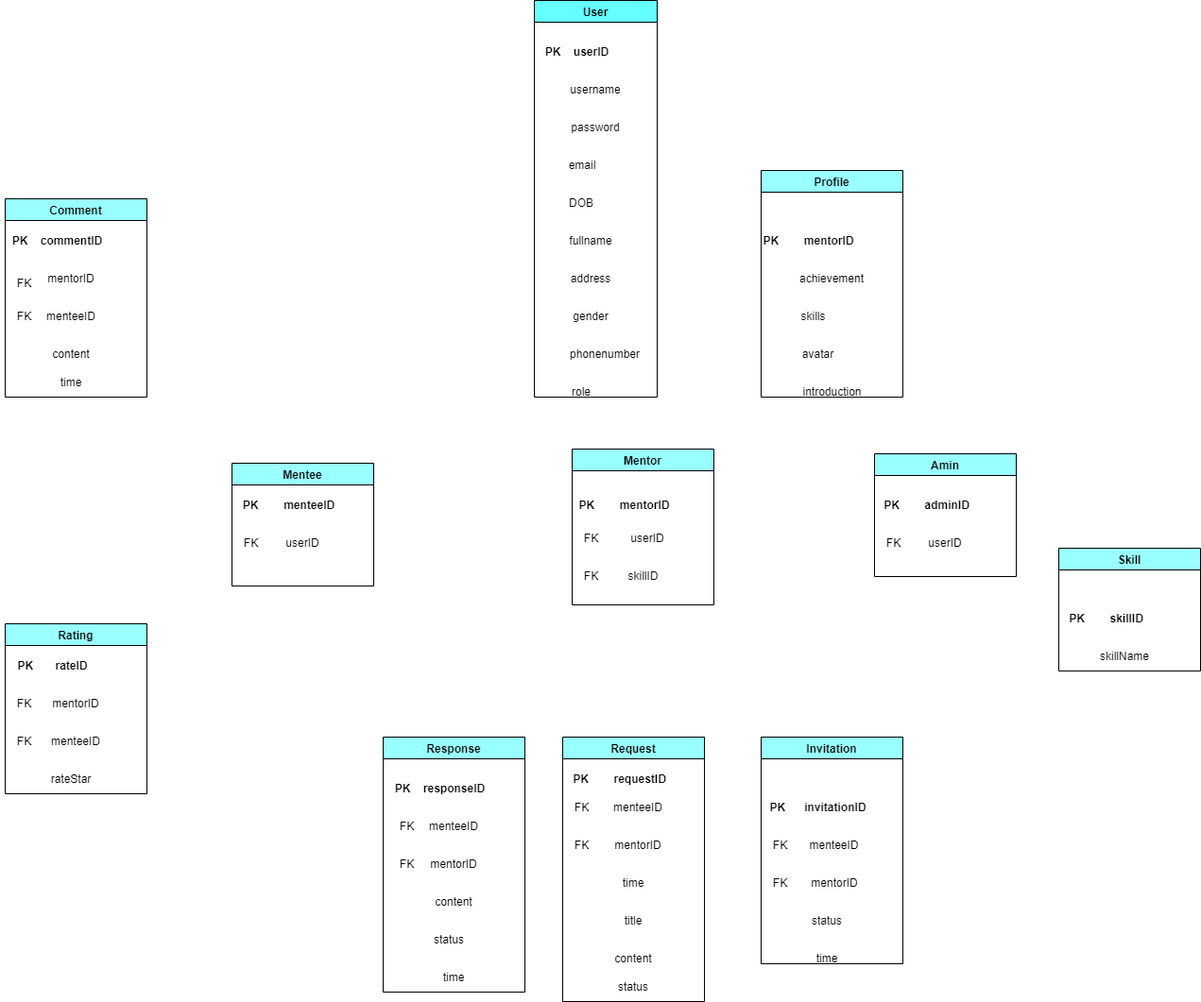
Above: HappyProgramming_DB.drawio.png in dungdt23/SWP391_Document (draw.io), before the change. Source tidied: cells renumbered, new cells last; positions are measured from the earlier drawing's top-left corner, leaving out a move shared by most shapes.
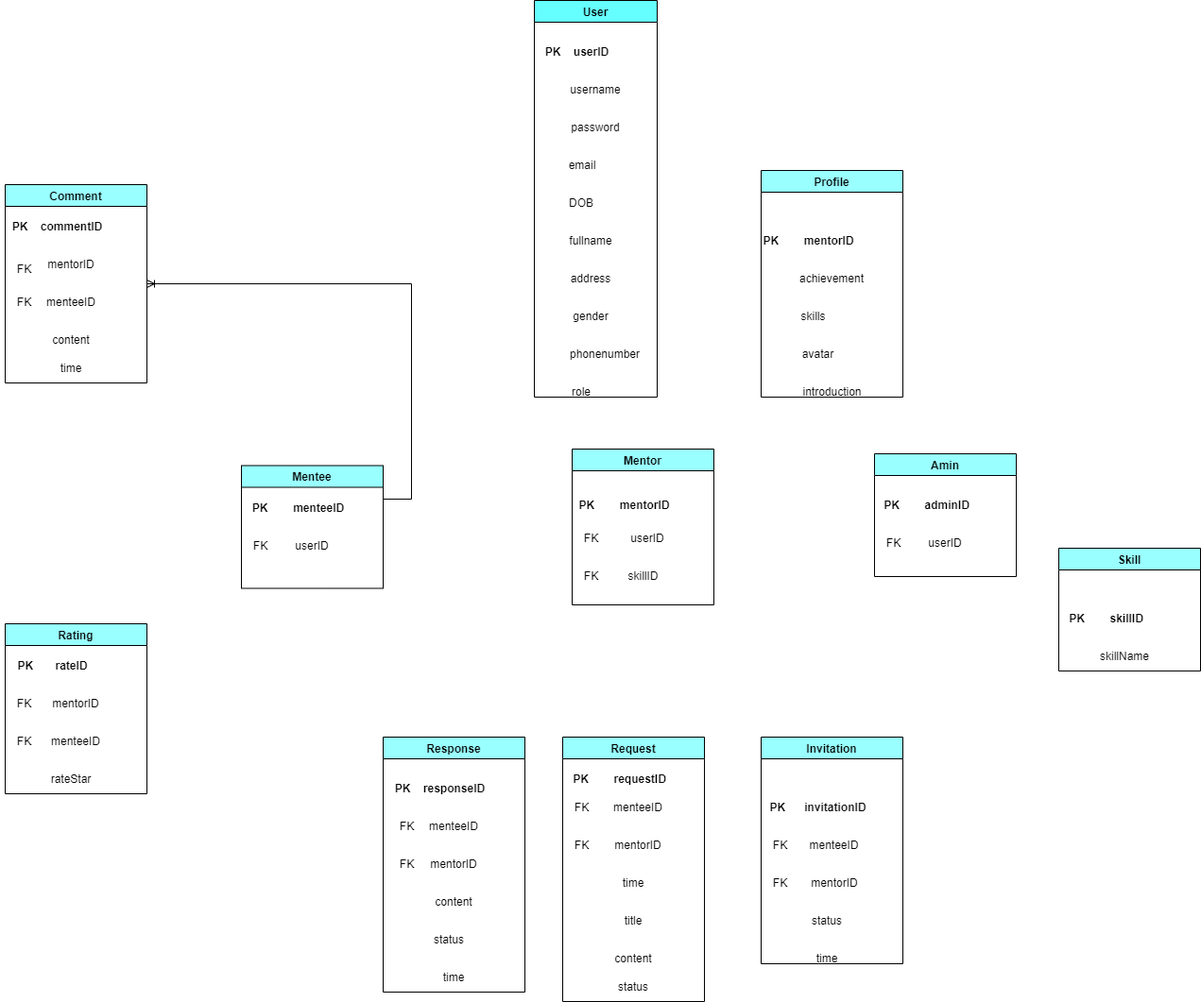
The same file after the commit.

Diff of the diagram source:
```diff
@@ -48,7 +48,7 @@
       <mxGeometry y="80" width="40" height="30" as="geometry" />
     </mxCell>
     <mxCell id="17" value="Mentee" style="swimlane;fillColor=#99FFFF;" parent="1" vertex="1">
-      <mxGeometry x="245" y="490" width="150" height="130" as="geometry" />
+      <mxGeometry x="255" y="492.5" width="150" height="130" as="geometry" />
     </mxCell>
     <mxCell id="18" value="&lt;b&gt;PK&amp;nbsp;&amp;nbsp;&amp;nbsp;&amp;nbsp;&amp;nbsp;&amp;nbsp;&amp;nbsp; menteeID&lt;/b&gt;" style="text;html=1;align=center;verticalAlign=middle;strokeColor=none;fillColor=none;" parent="17" vertex="1">
       <mxGeometry y="30" width="120" height="30" as="geometry" />
@@ -189,7 +189,7 @@
       <mxGeometry x="45" y="240" width="60" height="30" as="geometry" />
     </mxCell>
     <mxCell id="64" value="Comment" style="swimlane;fillColor=#99FFFF;" parent="1" vertex="1">
-      <mxGeometry x="5" y="210" width="150" height="210" as="geometry" />
+      <mxGeometry x="5" y="195" width="150" height="210" as="geometry" />
     </mxCell>
     <mxCell id="65" value="&lt;b&gt;PK&amp;nbsp; &amp;nbsp; commentID&lt;/b&gt;" style="text;html=1;align=center;verticalAlign=middle;strokeColor=none;fillColor=none;" parent="64" vertex="1">
       <mxGeometry x="-5" y="30" width="120" height="30" as="geometry" />
@@ -230,5 +230,10 @@
     <mxCell id="77" value="introduction" style="text;html=1;align=center;verticalAlign=middle;strokeColor=none;fillColor=none;" parent="72" vertex="1">
       <mxGeometry x="30" y="220" width="90" height="30" as="geometry" />
     </mxCell>
+    <mxCell id="78" style="edgeStyle=entityRelationEdgeStyle;fontSize=12;html=1;endArrow=ERoneToMany;rounded=0;entryX=1;entryY=0.5;entryDx=0;entryDy=0;" parent="1" edge="1" target="64">
+      <mxGeometry relative="1" as="geometry">
+        <mxPoint x="405" y="528" as="sourcePoint" />
+      </mxGeometry>
+    </mxCell>
   </root>
 </mxGraphModel>
```
